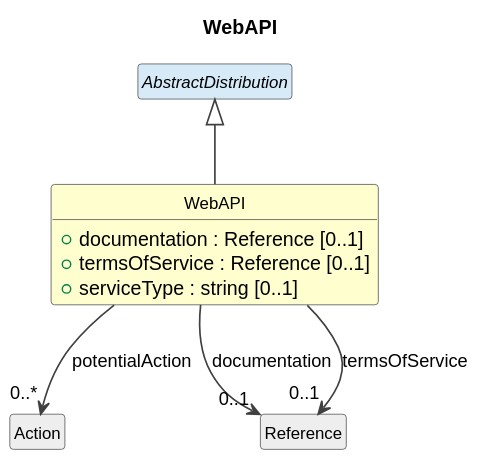
Cross-Domain-Interoperability-Framework/metadataBuildingBlocks keeps this PlantUML diagram as cdif-uml-model/_plantuml/cdifDataDescription/Classes/WebAPI.svg. Above is the earlier version. Its diagram source:
```plantuml
@startuml
title WebAPI
hide circle
hide empty members
skinparam shadowing false
skinparam ArrowThickness 1.2
skinparam class {
  ArrowColor #404040
  BorderColor #404040
  FontSize 12
}

class "WebAPI" as WebAPI #FEFECE {
  +documentation : Reference [0..1]
  +termsOfService : Reference [0..1]
  +serviceType : string [0..1]
}
abstract class "AbstractDistribution" as AbstractDistribution #D6EAF8
AbstractDistribution <|-- WebAPI
class "Action" as Action #EEEEEE
WebAPI --> "0..*" Action : potentialAction
class "Reference" as Reference #EEEEEE
WebAPI --> "0..1" Reference : documentation
WebAPI --> "0..1" Reference : termsOfService
@enduml
```
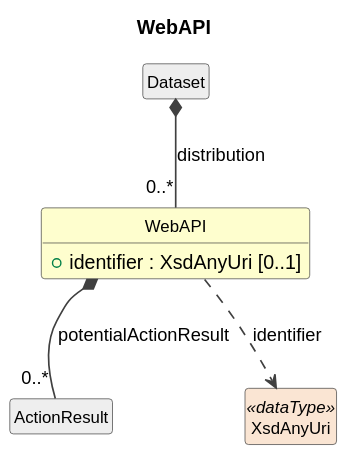
Later version of the same file.

What changed in the source:
```diff
@@ -11,15 +11,12 @@
 }
 
 class "WebAPI" as WebAPI #FEFECE {
-  +documentation : Reference [0..1]
-  +termsOfService : Reference [0..1]
-  +serviceType : string [0..1]
+  +identifier : XsdAnyUri [0..1]
 }
-abstract class "AbstractDistribution" as AbstractDistribution #D6EAF8
-AbstractDistribution <|-- WebAPI
-class "Action" as Action #EEEEEE
-WebAPI --> "0..*" Action : potentialAction
-class "Reference" as Reference #EEEEEE
-WebAPI --> "0..1" Reference : documentation
-WebAPI --> "0..1" Reference : termsOfService
+class "Dataset" as Dataset #EEEEEE
+Dataset *-- "0..*" WebAPI : distribution
+class "ActionResult" as ActionResult #EEEEEE
+WebAPI *-- "0..*" ActionResult : potentialActionResult
+class "XsdAnyUri" as XsdAnyUri <<dataType>> #FAE5D3
+WebAPI ..> XsdAnyUri : identifier
 @enduml
```
